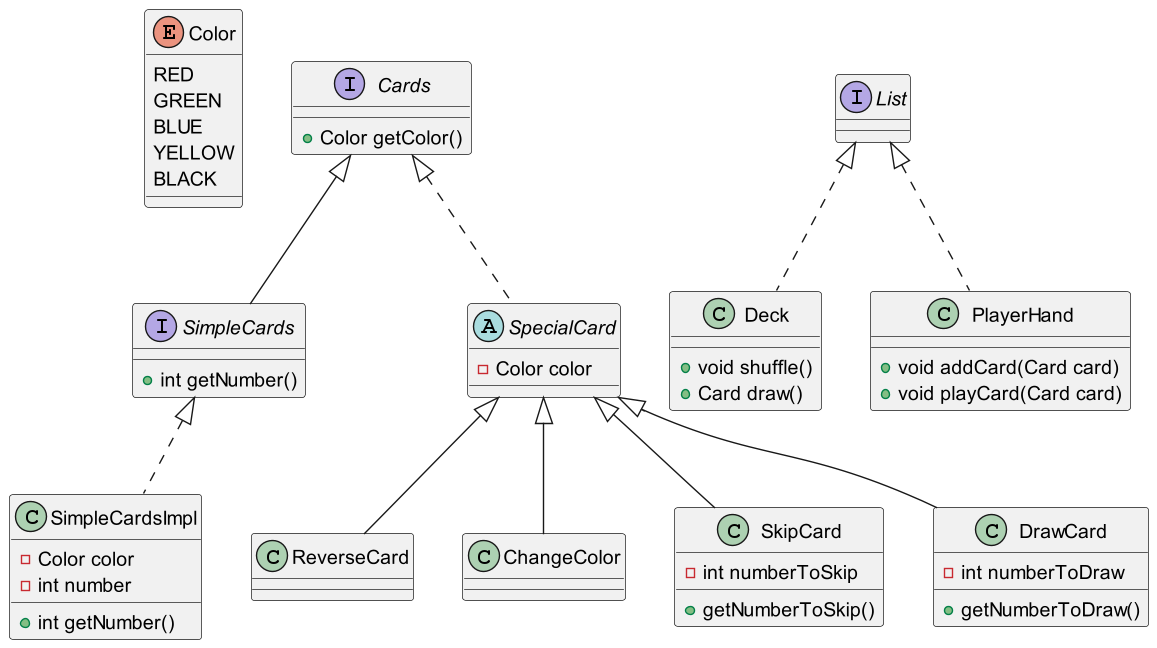
Before: doc/uml/cards.png, a diagram exported from PlantUML (CrazyPingu/PPS-23-Uno). Its source is kept beside it as doc/uml/src/cards.plantuml. The source it was exported from:
```plantuml
@startuml cards

Enum Color{
    RED
    GREEN
    BLUE
    YELLOW
    BLACK
}

interface Cards {
    + Color getColor()
}

interface SimpleCards implements Cards {
    + int getNumber()
}

class SimpleCardsImpl implements SimpleCards {
    - Color color
    - int number
    + int getNumber()
}

abstract class SpecialCard implements Cards {
    - Color color
}

class ReverseCard extends SpecialCard {}

class ChangeColor extends SpecialCard {}

class SkipCard extends SpecialCard {
    - int numberToSkip
    + getNumberToSkip()
}

class DrawCard extends SpecialCard {
    - int numberToDraw
    + getNumberToDraw()
}

class Deck implements List<Card>{
    + void shuffle()
    + Card draw()
}

class PlayerHand implements List<Card> {
    + void addCard(Card card)
    + void playCard(Card card)
}

@enduml
```
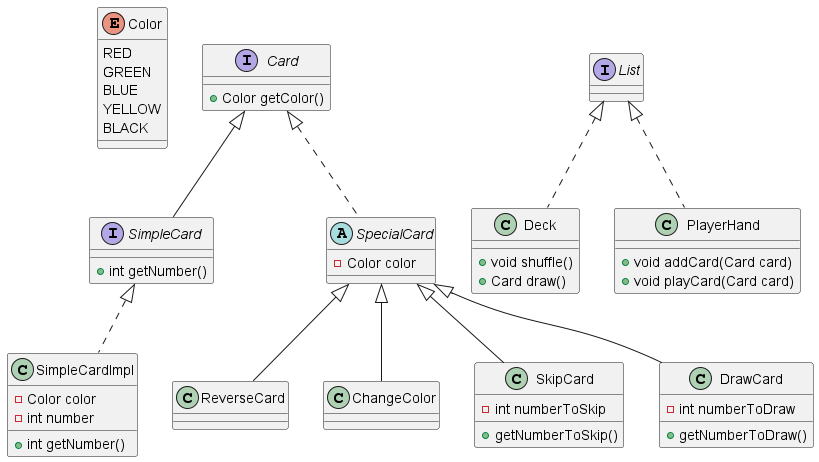
The same file after the commit.

Commit message:
Rename class from plurals to singular

The edit, as a diff of the source:
```diff
@@ -8,21 +8,21 @@
     BLACK
 }
 
-interface Cards {
+interface Card {
     + Color getColor()
 }
 
-interface SimpleCards implements Cards {
+interface SimpleCard implements Card {
     + int getNumber()
 }
 
-class SimpleCardsImpl implements SimpleCards {
+class SimpleCardImpl implements SimpleCard {
     - Color color
     - int number
     + int getNumber()
 }
 
-abstract class SpecialCard implements Cards {
+abstract class SpecialCard implements Card {
     - Color color
 }
 
```
